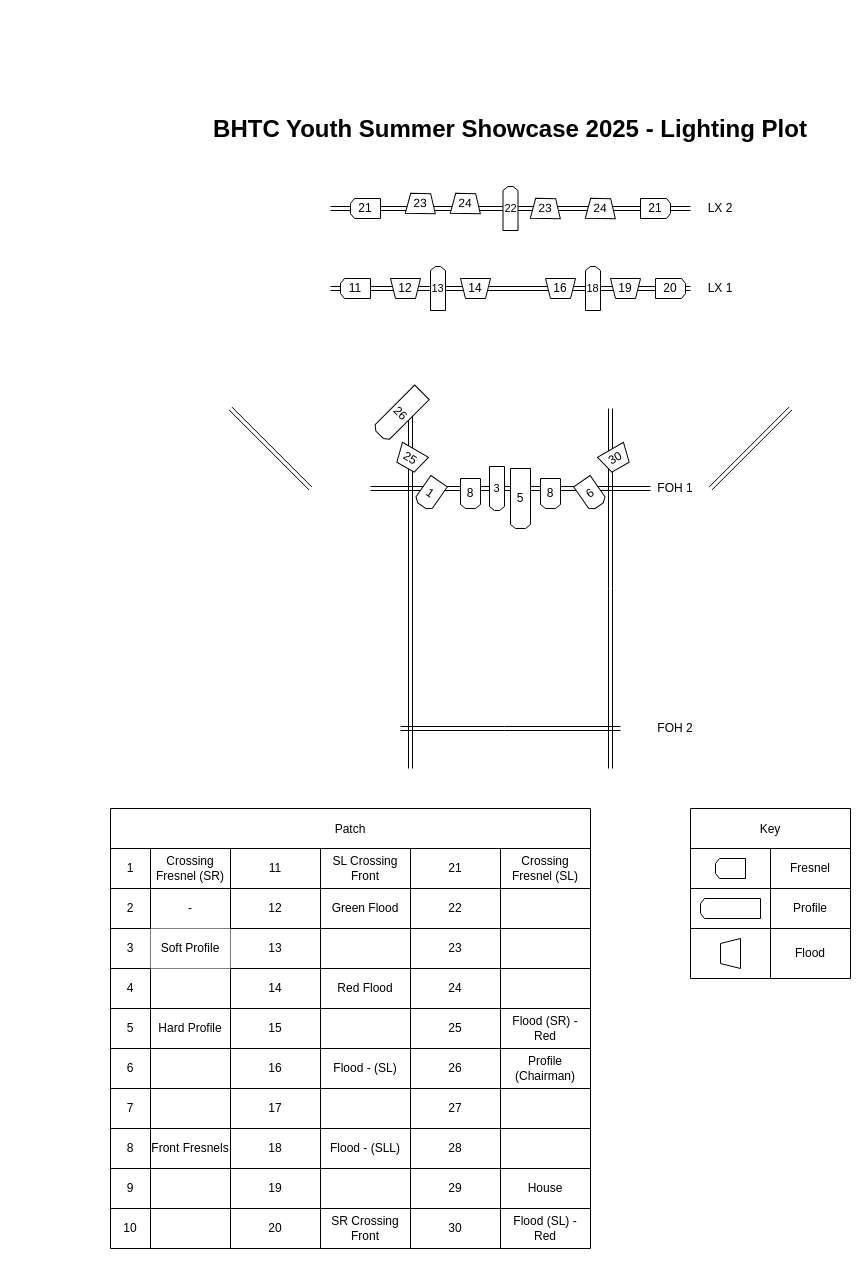
Earlier version of the draw.io diagram Drama Studio 2025.drawio (Oliver2081/lighting-plots). Source tidied: cells renumbered, new cells numbered last; positions are measured from the earlier drawing's top-left corner, leaving out a move shared by most shapes. Both pictures are drawn from the tidied source at 100%, with x=0, y=0 at pixel (110, 108).
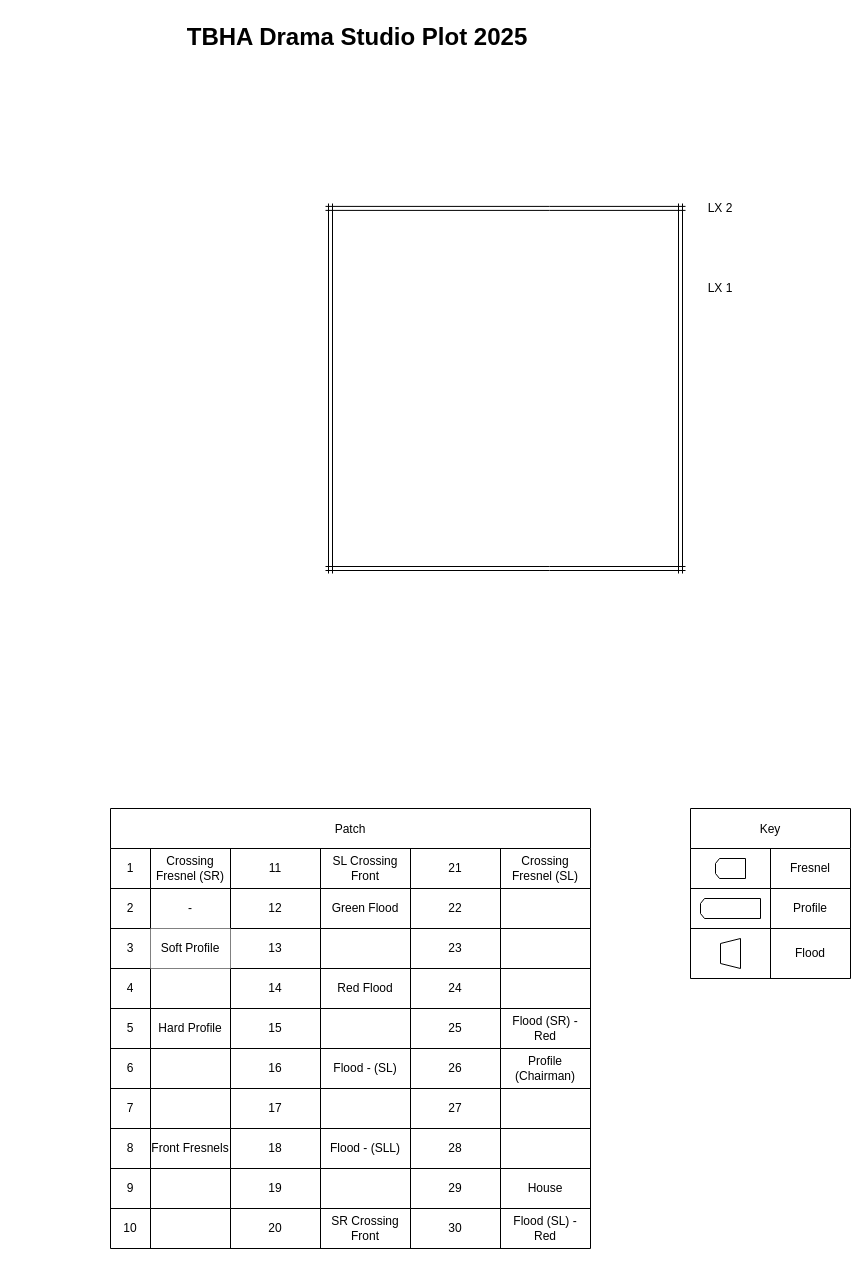
After the change.

What changed in the source:
```diff
@@
-    <mxCell id="12" style="edgeStyle=none;orthogonalLoop=1;jettySize=auto;html=1;rounded=0;fontSize=12;curved=1;shape=link;startSize=6;" parent="1" edge="1">
-      <mxGeometry relative="1" as="geometry">
-        <mxPoint x="300" y="660" as="sourcePoint" />
-        <mxPoint x="300" y="300" as="targetPoint" />
-      </mxGeometry>
-    </mxCell>
-    <mxCell id="13" style="edgeStyle=none;orthogonalLoop=1;jettySize=auto;html=1;rounded=0;fontSize=12;curved=1;shape=link;startSize=6;" parent="1" edge="1">
-      <mxGeometry relative="1" as="geometry">
-        <mxPoint x="500" y="660" as="sourcePoint" />
-        <mxPoint x="500" y="300" as="targetPoint" />
-        <Array as="points">
-          <mxPoint x="500" y="480" />
-        </Array>
-      </mxGeometry>
-    </mxCell>
-    <mxCell id="14" style="edgeStyle=none;orthogonalLoop=1;jettySize=auto;html=1;rounded=0;fontSize=12;curved=1;shape=link;startSize=6;" parent="1" edge="1">
-      <mxGeometry relative="1" as="geometry">
-        <mxPoint x="540" y="380" as="sourcePoint" />
-        <mxPoint x="260" y="380" as="targetPoint" />
-        <Array as="points">
-          <mxPoint x="394" y="380" />
-        </Array>
-      </mxGeometry>
-    </mxCell>
-    <mxCell id="15" style="edgeStyle=none;orthogonalLoop=1;jettySize=auto;html=1;rounded=0;fontSize=12;curved=1;shape=link;startSize=6;" parent="1" edge="1">
-      <mxGeometry relative="1" as="geometry">
-        <mxPoint x="510" y="620" as="sourcePoint" />
-        <mxPoint x="290" y="620" as="targetPoint" />
-        <Array as="points">
-          <mxPoint x="394" y="620" />
-        </Array>
-      </mxGeometry>
-    </mxCell>
     <mxCell id="16" style="edgeStyle=none;orthogonalLoop=1;jettySize=auto;html=1;rounded=0;fontSize=12;curved=1;shape=link;startSize=6;" parent="1" edge="1">
       <mxGeometry relative="1" as="geometry">
-        <mxPoint x="580" y="180" as="sourcePoint" />
-        <mxPoint x="220" y="180" as="targetPoint" />
+        <mxPoint x="575" y="460" as="sourcePoint" />
+        <mxPoint x="215" y="460" as="targetPoint" />
         <Array as="points">
-          <mxPoint x="444" y="180" />
+          <mxPoint x="439" y="460" />
         </Array>
       </mxGeometry>
     </mxCell>
     <mxCell id="17" style="edgeStyle=none;orthogonalLoop=1;jettySize=auto;html=1;rounded=0;fontSize=12;curved=1;shape=link;startSize=6;" parent="1" edge="1">
       <mxGeometry relative="1" as="geometry">
-        <mxPoint x="580" y="100" as="sourcePoint" />
-        <mxPoint x="220" y="100" as="targetPoint" />
+        <mxPoint x="575" y="99.9" as="sourcePoint" />
+        <mxPoint x="215" y="99.9" as="targetPoint" />
         <Array as="points">
-          <mxPoint x="444" y="100" />
+          <mxPoint x="439" y="99.9" />
         </Array>
       </mxGeometry>
     </mxCell>
-    <mxCell id="18" style="edgeStyle=none;orthogonalLoop=1;jettySize=auto;html=1;rounded=0;fontSize=12;curved=1;shape=link;startSize=6;" parent="1" edge="1">
-      <mxGeometry relative="1" as="geometry">
-        <mxPoint x="680" y="300" as="sourcePoint" />
-        <mxPoint x="600" y="380" as="targetPoint" />
-      </mxGeometry>
-    </mxCell>
-    <mxCell id="19" style="edgeStyle=none;orthogonalLoop=1;jettySize=auto;html=1;rounded=0;fontSize=12;curved=1;shape=link;startSize=6;" parent="1" edge="1">
-      <mxGeometry relative="1" as="geometry">
-        <mxPoint x="120" y="300" as="sourcePoint" />
-        <mxPoint x="200" y="380" as="targetPoint" />
-      </mxGeometry>
-    </mxCell>
-    <mxCell id="20" value="&lt;h1 style=&quot;margin-top: 0px;&quot;&gt;&lt;span&gt;BHTC Youth Summer Showcase 2025 - Lighting Plot&lt;/span&gt;&lt;/h1&gt;" style="text;html=1;whiteSpace=wrap;overflow=hidden;rounded=0;align=center;" parent="1" vertex="1">
-      <mxGeometry x="60" width="680" height="40" as="geometry" />
+    <mxCell id="20" value="&lt;h1 style=&quot;margin-top: 0px;&quot;&gt;TBHA Drama Studio Plot 2025&lt;/h1&gt;" style="text;html=1;whiteSpace=wrap;overflow=hidden;rounded=0;align=center;" parent="1" vertex="1">
+      <mxGeometry x="-93.2" y="-91.9" width="680" height="40" as="geometry" />
     </mxCell>
-    <mxCell id="21" value="1" style="shape=loopLimit;rotation=35;size=5;labelBorderColor=none;align=center;verticalAlign=middle;direction=west;html=1;whiteSpace=wrap;" parent="1" vertex="1">
-      <mxGeometry x="310" y="370" width="20" height="30" as="geometry" />
-    </mxCell>
@@
-    <mxCell id="23" value="6" style="shape=loopLimit;whiteSpace=wrap;html=1;rotation=-35;size=5;labelBorderColor=none;align=center;verticalAlign=middle;direction=west;" parent="1" vertex="1">
-      <mxGeometry x="470" y="370" width="20" height="30" as="geometry" />
-    </mxCell>
-    <mxCell id="24" value="8" style="shape=loopLimit;whiteSpace=wrap;html=1;rotation=0;size=5;labelBorderColor=none;align=center;verticalAlign=middle;direction=west;" parent="1" vertex="1">
-      <mxGeometry x="350" y="370" width="20" height="30" as="geometry" />
-    </mxCell>
-    <mxCell id="25" value="8" style="shape=loopLimit;whiteSpace=wrap;html=1;rotation=0;size=5;labelBorderColor=none;align=center;verticalAlign=middle;direction=west;" parent="1" vertex="1">
-      <mxGeometry x="430" y="370" width="20" height="30" as="geometry" />
-    </mxCell>
-    <mxCell id="26" value="5" style="shape=loopLimit;whiteSpace=wrap;html=1;rotation=0;size=5;labelBorderColor=none;align=center;verticalAlign=middle;direction=west;" parent="1" vertex="1">
-      <mxGeometry x="400" y="360" width="20" height="60" as="geometry" />
-    </mxCell>
@@
-    <mxCell id="29" value="30" style="shape=trapezoid;perimeter=trapezoidPerimeter;whiteSpace=wrap;html=1;fixedSize=1;size=5;direction=west;rotation=-30;gradientColor=none;strokeColor=light-dark(#000000,#FF0000);" parent="1" vertex="1">
-      <mxGeometry x="490" y="340" width="30" height="20" as="geometry" />
-    </mxCell>
-    <mxCell id="30" value="25" style="shape=trapezoid;perimeter=trapezoidPerimeter;whiteSpace=wrap;html=1;fixedSize=1;size=5;direction=west;rotation=30;gradientColor=none;strokeColor=light-dark(#000000,#FF0000);" parent="1" vertex="1">
-      <mxGeometry x="285" y="340" width="30" height="20" as="geometry" />
-    </mxCell>
-    <mxCell id="31" value="12" style="shape=trapezoid;perimeter=trapezoidPerimeter;whiteSpace=wrap;html=1;fixedSize=1;size=5;direction=west;rotation=0;gradientColor=none;strokeColor=light-dark(#000000,#00CC00);" parent="1" vertex="1">
-      <mxGeometry x="280" y="170" width="30" height="20" as="geometry" />
-    </mxCell>
-    <mxCell id="32" value="14" style="shape=trapezoid;perimeter=trapezoidPerimeter;whiteSpace=wrap;html=1;fixedSize=1;size=5;direction=west;rotation=0;gradientColor=none;strokeColor=light-dark(#000000,#FF0000);" parent="1" vertex="1">
-      <mxGeometry x="350" y="170" width="30" height="20" as="geometry" />
-    </mxCell>
-    <mxCell id="33" value="16" style="shape=trapezoid;perimeter=trapezoidPerimeter;whiteSpace=wrap;html=1;fixedSize=1;size=5;direction=west;rotation=0;gradientColor=none;strokeColor=light-dark(#000000,#007FFF);" parent="1" vertex="1">
-      <mxGeometry x="435" y="170" width="30" height="20" as="geometry" />
-    </mxCell>
-    <mxCell id="34" value="19" style="shape=trapezoid;perimeter=trapezoidPerimeter;whiteSpace=wrap;html=1;fixedSize=1;size=5;direction=west;rotation=0;gradientColor=none;strokeColor=light-dark(#000000,#FFE52E);" parent="1" vertex="1">
-      <mxGeometry x="500" y="170" width="30" height="20" as="geometry" />
-    </mxCell>
-    <mxCell id="35" value="FOH 2" style="text;html=1;align=center;verticalAlign=middle;whiteSpace=wrap;rounded=0;" parent="1" vertex="1">
-      <mxGeometry x="535" y="605" width="60" height="30" as="geometry" />
-    </mxCell>
-    <mxCell id="36" value="FOH 1" style="text;html=1;align=center;verticalAlign=middle;whiteSpace=wrap;rounded=0;" parent="1" vertex="1">
-      <mxGeometry x="535" y="365" width="60" height="30" as="geometry" />
-    </mxCell>
@@
-    <mxCell id="39" value="21" style="shape=loopLimit;rotation=0;size=5;labelBorderColor=none;align=center;verticalAlign=middle;direction=north;html=1;whiteSpace=wrap;" parent="1" vertex="1">
-      <mxGeometry x="240" y="90" width="30" height="20" as="geometry" />
-    </mxCell>
-    <mxCell id="40" value="21" style="shape=loopLimit;rotation=0;size=5;labelBorderColor=none;align=center;verticalAlign=middle;direction=south;html=1;whiteSpace=wrap;" parent="1" vertex="1">
-      <mxGeometry x="530" y="90" width="30" height="20" as="geometry" />
-    </mxCell>
-    <mxCell id="41" value="&lt;span style=&quot;font-size: 11px;&quot;&gt;3&lt;/span&gt;" style="shape=loopLimit;whiteSpace=wrap;html=1;rotation=0;size=5;labelBorderColor=none;align=center;verticalAlign=middle;direction=west;" parent="1" vertex="1">
-      <mxGeometry x="379" y="358" width="15" height="44" as="geometry" />
-    </mxCell>
-    <mxCell id="42" value="26" style="shape=loopLimit;whiteSpace=wrap;html=1;rotation=45;size=5;labelBorderColor=none;align=center;verticalAlign=middle;direction=west;" parent="1" vertex="1">
-      <mxGeometry x="280" y="275" width="20.5" height="60" as="geometry" />
-    </mxCell>
-    <mxCell id="43" value="23" style="shape=trapezoid;perimeter=trapezoidPerimeter;whiteSpace=wrap;html=1;fixedSize=1;size=5;direction=east;rotation=1;gradientColor=none;strokeColor=light-dark(#000000,#FF0000);" parent="1" vertex="1">
-      <mxGeometry x="295" y="85" width="30" height="20" as="geometry" />
-    </mxCell>
-    <mxCell id="44" value="23" style="shape=trapezoid;perimeter=trapezoidPerimeter;whiteSpace=wrap;html=1;fixedSize=1;size=5;direction=east;rotation=1;gradientColor=none;strokeColor=light-dark(#000000,#FF0000);" parent="1" vertex="1">
-      <mxGeometry x="420" y="90" width="30" height="20" as="geometry" />
-    </mxCell>
-    <mxCell id="45" value="24" style="shape=trapezoid;perimeter=trapezoidPerimeter;whiteSpace=wrap;html=1;fixedSize=1;size=5;direction=east;rotation=1;gradientColor=none;strokeColor=light-dark(#000000,#FFE52E);" parent="1" vertex="1">
-      <mxGeometry x="340" y="85" width="30" height="20" as="geometry" />
-    </mxCell>
-    <mxCell id="46" value="&lt;span style=&quot;font-size: 11px;&quot;&gt;22&lt;/span&gt;" style="shape=loopLimit;whiteSpace=wrap;html=1;rotation=0;size=5;labelBorderColor=none;align=center;verticalAlign=middle;direction=east;" parent="1" vertex="1">
-      <mxGeometry x="392.5" y="78" width="15" height="44" as="geometry" />
-    </mxCell>
-    <mxCell id="47" value="24" style="shape=trapezoid;perimeter=trapezoidPerimeter;whiteSpace=wrap;html=1;fixedSize=1;size=5;direction=east;rotation=1;gradientColor=none;strokeColor=light-dark(#000000,#FFE52E);" parent="1" vertex="1">
-      <mxGeometry x="475" y="90" width="30" height="20" as="geometry" />
-    </mxCell>
-    <mxCell id="48" value="&lt;span style=&quot;font-size: 11px;&quot;&gt;13&lt;/span&gt;" style="shape=loopLimit;whiteSpace=wrap;html=1;rotation=0;size=5;labelBorderColor=none;align=center;verticalAlign=middle;direction=east;" parent="1" vertex="1">
-      <mxGeometry x="320" y="158" width="15" height="44" as="geometry" />
-    </mxCell>
-    <mxCell id="49" value="11" style="shape=loopLimit;rotation=0;size=5;labelBorderColor=none;align=center;verticalAlign=middle;direction=north;html=1;whiteSpace=wrap;" parent="1" vertex="1">
-      <mxGeometry x="230" y="170" width="30" height="20" as="geometry" />
-    </mxCell>
-    <mxCell id="50" value="20" style="shape=loopLimit;rotation=0;size=5;labelBorderColor=none;align=center;verticalAlign=middle;direction=south;html=1;whiteSpace=wrap;" parent="1" vertex="1">
-      <mxGeometry x="545" y="170" width="30" height="20" as="geometry" />
-    </mxCell>
-    <mxCell id="51" value="&lt;span style=&quot;font-size: 11px;&quot;&gt;18&lt;/span&gt;" style="shape=loopLimit;whiteSpace=wrap;html=1;rotation=0;size=5;labelBorderColor=none;align=center;verticalAlign=middle;direction=east;" parent="1" vertex="1">
-      <mxGeometry x="475" y="158" width="15" height="44" as="geometry" />
-    </mxCell>
@@
+    <mxCell id="123" style="edgeStyle=none;orthogonalLoop=1;jettySize=auto;html=1;rounded=0;fontSize=12;curved=1;shape=link;startSize=6;" parent="1" edge="1">
+      <mxGeometry relative="1" as="geometry">
+        <mxPoint x="220" y="465" as="sourcePoint" />
+        <mxPoint x="220" y="95" as="targetPoint" />
+      </mxGeometry>
+    </mxCell>
+    <mxCell id="124" style="edgeStyle=none;orthogonalLoop=1;jettySize=auto;html=1;rounded=0;fontSize=12;curved=1;shape=link;startSize=6;" parent="1" edge="1">
+      <mxGeometry relative="1" as="geometry">
+        <mxPoint x="570" y="465" as="sourcePoint" />
+        <mxPoint x="570" y="95" as="targetPoint" />
+      </mxGeometry>
+    </mxCell>
```
